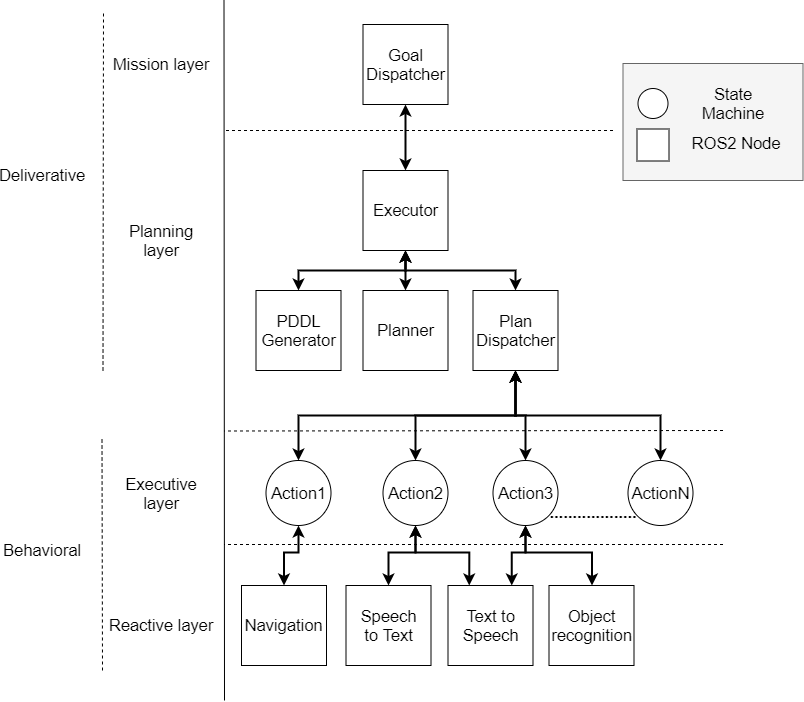
This is Arquitectura_MERLIN2.png from MERLIN2-ARCH/merlin2, a draw.io export, as it was before one commit. Source tidied: cells renumbered, new cells last; positions are measured from the earlier drawing's top-left corner, leaving out a move shared by most shapes. Source of this version:
```xml
<mxGraphModel>
  <root>
    <mxCell id="0" />
    <mxCell id="1" parent="0" />
    <mxCell id="2" style="endArrow=none;html=1;endFill=0;fontSize=16.5;" parent="1" edge="1">
      <mxGeometry relative="1" as="geometry">
        <mxPoint x="200.5" as="sourcePoint" />
        <mxPoint x="201" y="700" as="targetPoint" />
      </mxGeometry>
    </mxCell>
    <mxCell id="3" value="&lt;div style=&quot;font-size: 16.5px;&quot;&gt;&lt;font style=&quot;font-size: 16.5px;&quot;&gt;Mission layer&lt;/font&gt;&lt;/div&gt;" style="text;html=1;strokeColor=none;fillColor=none;align=center;verticalAlign=middle;whiteSpace=wrap;rounded=0;fontSize=16.5;" parent="1" vertex="1">
      <mxGeometry x="83.5" y="54" width="110" height="20" as="geometry" />
    </mxCell>
    <mxCell id="4" value="&lt;font style=&quot;font-size: 16.5px;&quot;&gt;Planning layer&lt;/font&gt;" style="text;html=1;strokeColor=none;fillColor=none;align=center;verticalAlign=middle;whiteSpace=wrap;rounded=0;fontSize=16.5;" parent="1" vertex="1">
      <mxGeometry x="93.5" y="230" width="90" height="20" as="geometry" />
    </mxCell>
    <mxCell id="5" value="&lt;font style=&quot;font-size: 16.5px;&quot;&gt;Executive layer&lt;/font&gt;" style="text;html=1;strokeColor=none;fillColor=none;align=center;verticalAlign=middle;whiteSpace=wrap;rounded=0;fontSize=16.5;" parent="1" vertex="1">
      <mxGeometry x="93.5" y="482.5" width="90" height="20" as="geometry" />
    </mxCell>
    <mxCell id="6" value="&lt;font style=&quot;font-size: 16.5px;&quot;&gt;Reactive layer&lt;/font&gt;" style="text;html=1;strokeColor=none;fillColor=none;align=center;verticalAlign=middle;whiteSpace=wrap;rounded=0;fontSize=16.5;" parent="1" vertex="1">
      <mxGeometry x="83.5" y="615" width="110" height="20" as="geometry" />
    </mxCell>
    <mxCell id="7" style="edgeStyle=orthogonalEdgeStyle;rounded=0;jettySize=auto;html=1;exitX=0.5;exitY=1;exitDx=0;exitDy=0;entryX=0.5;entryY=0;entryDx=0;entryDy=0;strokeWidth=2;startArrow=classic;startFill=1;" parent="1" edge="1" source="8" target="18">
      <mxGeometry relative="1" as="geometry">
        <Array as="points">
          <mxPoint x="275.5" y="552" />
          <mxPoint x="260.5" y="552" />
        </Array>
      </mxGeometry>
    </mxCell>
    <mxCell id="8" value="&lt;font style=&quot;font-size: 16.5px;&quot;&gt;Action1&lt;/font&gt;" style="ellipse;whiteSpace=wrap;html=1;fontSize=16.5;" parent="1" vertex="1">
      <mxGeometry x="242.5" y="460" width="65" height="65" as="geometry" />
    </mxCell>
    <mxCell id="9" style="edgeStyle=orthogonalEdgeStyle;rounded=0;jettySize=auto;html=1;exitX=0.5;exitY=1;exitDx=0;exitDy=0;entryX=0.5;entryY=0;entryDx=0;entryDy=0;strokeWidth=2;startArrow=classic;startFill=1;" parent="1" edge="1" source="10" target="20">
      <mxGeometry relative="1" as="geometry">
        <Array as="points">
          <mxPoint x="392.5" y="552" />
          <mxPoint x="365.5" y="552" />
        </Array>
      </mxGeometry>
    </mxCell>
    <mxCell id="10" value="&lt;div style=&quot;font-size: 16.5px;&quot;&gt;&lt;font style=&quot;font-size: 16.5px;&quot;&gt;Action2&lt;/font&gt;&lt;/div&gt;" style="ellipse;whiteSpace=wrap;html=1;fontSize=16.5;" parent="1" vertex="1">
      <mxGeometry x="359.5" y="460" width="65" height="65" as="geometry" />
    </mxCell>
    <mxCell id="11" style="edgeStyle=orthogonalEdgeStyle;rounded=0;jettySize=auto;html=1;exitX=0.5;exitY=1;exitDx=0;exitDy=0;strokeWidth=2;startArrow=classic;startFill=1;" parent="1" edge="1" source="13" target="21">
      <mxGeometry relative="1" as="geometry">
        <Array as="points">
          <mxPoint x="502.5" y="552" />
          <mxPoint x="568.5" y="552" />
        </Array>
      </mxGeometry>
    </mxCell>
    <mxCell id="12" style="edgeStyle=orthogonalEdgeStyle;rounded=0;jettySize=auto;html=1;exitX=0.5;exitY=1;exitDx=0;exitDy=0;entryX=0.75;entryY=0;entryDx=0;entryDy=0;strokeWidth=2;startArrow=classic;startFill=1;" parent="1" edge="1" source="13" target="19">
      <mxGeometry relative="1" as="geometry">
        <Array as="points">
          <mxPoint x="502.5" y="552" />
          <mxPoint x="488.5" y="552" />
        </Array>
      </mxGeometry>
    </mxCell>
    <mxCell id="13" value="&lt;font style=&quot;font-size: 16.5px;&quot;&gt;Action3&lt;/font&gt;" style="ellipse;whiteSpace=wrap;html=1;fontSize=16.5;" parent="1" vertex="1">
      <mxGeometry x="469.5" y="460" width="65" height="65" as="geometry" />
    </mxCell>
    <mxCell id="14" value="&lt;font style=&quot;font-size: 16.5px;&quot;&gt;ActionN&lt;/font&gt;" style="ellipse;whiteSpace=wrap;html=1;fontSize=16.5;" parent="1" vertex="1">
      <mxGeometry x="604.5" y="460" width="65" height="65" as="geometry" />
    </mxCell>
    <mxCell id="15" style="endArrow=none;dashed=1;html=1;fontSize=16.5;" parent="1" edge="1">
      <mxGeometry relative="1" as="geometry">
        <mxPoint x="699.5" y="544" as="sourcePoint" />
        <mxPoint x="200.5" y="544" as="targetPoint" />
      </mxGeometry>
    </mxCell>
    <mxCell id="16" style="endArrow=none;dashed=1;html=1;fontSize=16.5;" parent="1" edge="1">
      <mxGeometry relative="1" as="geometry">
        <mxPoint x="699.5" y="430" as="sourcePoint" />
        <mxPoint x="200.5" y="430.5" as="targetPoint" />
      </mxGeometry>
    </mxCell>
    <mxCell id="17" style="endArrow=none;dashed=1;html=1;fontSize=16.5;" parent="1" edge="1">
      <mxGeometry relative="1" as="geometry">
        <mxPoint x="589.5" y="130" as="sourcePoint" />
        <mxPoint x="199.5" y="130" as="targetPoint" />
      </mxGeometry>
    </mxCell>
    <mxCell id="18" value="&lt;div style=&quot;font-size: 16.5px;&quot;&gt;&lt;font style=&quot;font-size: 16.5px;&quot;&gt;Navigation&lt;/font&gt;&lt;/div&gt;" style="rounded=0;whiteSpace=wrap;html=1;fontSize=16.5;" parent="1" vertex="1">
      <mxGeometry x="218" y="585" width="85" height="80" as="geometry" />
    </mxCell>
    <mxCell id="19" value="&lt;span style=&quot;font-size: 16.5px&quot;&gt;Text to Speech&lt;/span&gt;&lt;span style=&quot;font-size: 16.5px&quot;&gt;&lt;br&gt;&lt;/span&gt;" style="rounded=0;whiteSpace=wrap;html=1;fontSize=16.5;" parent="1" vertex="1">
      <mxGeometry x="424.5" y="585" width="85" height="80" as="geometry" />
    </mxCell>
    <mxCell id="20" value="&lt;span style=&quot;font-size: 16.5px&quot;&gt;Speech to&amp;nbsp;&lt;/span&gt;&lt;span style=&quot;font-size: 16.5px&quot;&gt;Text&lt;/span&gt;" style="rounded=0;whiteSpace=wrap;html=1;fontSize=16.5;" parent="1" vertex="1">
      <mxGeometry x="322.5" y="585" width="85" height="80" as="geometry" />
    </mxCell>
    <mxCell id="21" value="&lt;font style=&quot;font-size: 16.5px;&quot;&gt;Object recognition&lt;/font&gt;" style="rounded=0;whiteSpace=wrap;html=1;fontSize=16.5;" parent="1" vertex="1">
      <mxGeometry x="525.5" y="585" width="85" height="80" as="geometry" />
    </mxCell>
    <mxCell id="22" value="&lt;font style=&quot;font-size: 16.5px;&quot;&gt;Deliverative&lt;/font&gt;" style="text;html=1;strokeColor=none;fillColor=none;align=center;verticalAlign=middle;whiteSpace=wrap;rounded=0;fontSize=16.5;" parent="1" vertex="1">
      <mxGeometry x="-0.5" y="165" width="40" height="20" as="geometry" />
    </mxCell>
    <mxCell id="23" style="endArrow=none;dashed=1;html=1;fontSize=16.5;" parent="1" edge="1">
      <mxGeometry relative="1" as="geometry">
        <mxPoint x="79.5" y="370" as="sourcePoint" />
        <mxPoint x="80" y="10" as="targetPoint" />
      </mxGeometry>
    </mxCell>
    <mxCell id="24" value="&lt;div style=&quot;font-size: 16.5px&quot;&gt;&lt;font style=&quot;font-size: 16.5px&quot;&gt;Behavioral&lt;/font&gt;&lt;/div&gt;" style="text;html=1;strokeColor=none;fillColor=none;align=center;verticalAlign=middle;whiteSpace=wrap;rounded=0;fontSize=16.5;" parent="1" vertex="1">
      <mxGeometry x="-0.5" y="540" width="40" height="20" as="geometry" />
    </mxCell>
    <mxCell id="25" style="endArrow=none;dashed=1;html=1;fontSize=16.5;" parent="1" edge="1">
      <mxGeometry relative="1" as="geometry">
        <mxPoint x="79" y="670" as="sourcePoint" />
        <mxPoint x="78.5" y="437" as="targetPoint" />
      </mxGeometry>
    </mxCell>
    <mxCell id="26" style="edgeStyle=orthogonalEdgeStyle;rounded=0;jettySize=auto;html=1;entryX=0.5;entryY=0;entryDx=0;entryDy=0;strokeWidth=2;startArrow=classic;startFill=1;" parent="1" edge="1" source="27" target="43">
      <mxGeometry relative="1" as="geometry" />
    </mxCell>
    <mxCell id="27" value="&lt;div style=&quot;font-size: 16.5px;&quot;&gt;&lt;font style=&quot;font-size: 16.5px;&quot;&gt;Goal Dispatcher&lt;/font&gt;&lt;/div&gt;" style="rounded=0;whiteSpace=wrap;html=1;fontSize=16.5;" parent="1" vertex="1">
      <mxGeometry x="339.5" y="24" width="85" height="80" as="geometry" />
    </mxCell>
    <mxCell id="28" style="rounded=0;whiteSpace=wrap;html=1;fillColor=#f5f5f5;strokeColor=#666666;fontColor=#333333;fontSize=16.5;" parent="1" vertex="1">
      <mxGeometry x="599.5" y="63" width="180" height="117" as="geometry" />
    </mxCell>
    <mxCell id="29" style="ellipse;whiteSpace=wrap;html=1;fontSize=16.5;" parent="1" vertex="1">
      <mxGeometry x="614.5" y="88" width="30" height="30" as="geometry" />
    </mxCell>
    <mxCell id="30" value="&lt;font style=&quot;font-size: 16.5px;&quot;&gt;State Machine&lt;/font&gt;" style="text;html=1;strokeColor=none;fillColor=none;align=center;verticalAlign=middle;whiteSpace=wrap;rounded=0;fontSize=16.5;" parent="1" vertex="1">
      <mxGeometry x="664.5" y="93" width="90" height="20" as="geometry" />
    </mxCell>
    <mxCell id="31" style="whiteSpace=wrap;html=1;fontSize=16.5;" parent="1" vertex="1">
      <mxGeometry x="613.5" y="128.5" width="32" height="32" as="geometry" />
    </mxCell>
    <mxCell id="32" value="&lt;font style=&quot;font-size: 16.5px&quot;&gt;ROS2 Node&lt;/font&gt;" style="text;html=1;strokeColor=none;fillColor=none;align=center;verticalAlign=middle;whiteSpace=wrap;rounded=0;fontSize=16.5;" parent="1" vertex="1">
      <mxGeometry x="664.5" y="133" width="95.5" height="20" as="geometry" />
    </mxCell>
    <mxCell id="33" value="&lt;font style=&quot;font-size: 16.5px&quot;&gt;&lt;b style=&quot;font-size: 16.5px&quot;&gt;...................&lt;/b&gt;&lt;/font&gt;" style="text;html=1;strokeColor=none;fillColor=none;align=center;verticalAlign=middle;whiteSpace=wrap;rounded=0;fontSize=16.5;" parent="1" vertex="1">
      <mxGeometry x="531.5" y="502" width="75.5" height="20" as="geometry" />
    </mxCell>
    <mxCell id="34" style="edgeStyle=orthogonalEdgeStyle;rounded=0;jettySize=auto;html=1;strokeWidth=2;exitX=0.5;exitY=1;exitDx=0;exitDy=0;startArrow=classic;startFill=1;" parent="1" edge="1" source="43" target="40">
      <mxGeometry relative="1" as="geometry" />
    </mxCell>
    <mxCell id="35" style="edgeStyle=orthogonalEdgeStyle;rounded=0;jettySize=auto;html=1;entryX=0.5;entryY=0;entryDx=0;entryDy=0;strokeWidth=2;exitX=0.5;exitY=1;exitDx=0;exitDy=0;startArrow=classic;startFill=1;" parent="1" edge="1" source="42" target="13">
      <mxGeometry relative="1" as="geometry" />
    </mxCell>
    <mxCell id="36" style="edgeStyle=orthogonalEdgeStyle;rounded=0;jettySize=auto;html=1;entryX=0.5;entryY=0;entryDx=0;entryDy=0;strokeWidth=2;exitX=0.5;exitY=1;exitDx=0;exitDy=0;startArrow=classic;startFill=1;" parent="1" edge="1" source="42" target="10">
      <mxGeometry relative="1" as="geometry" />
    </mxCell>
    <mxCell id="37" style="edgeStyle=orthogonalEdgeStyle;rounded=0;jettySize=auto;html=1;entryX=0.5;entryY=0;entryDx=0;entryDy=0;strokeWidth=2;exitX=0.5;exitY=1;exitDx=0;exitDy=0;startArrow=classic;startFill=1;" parent="1" edge="1" source="42" target="8">
      <mxGeometry relative="1" as="geometry" />
    </mxCell>
    <mxCell id="38" style="edgeStyle=orthogonalEdgeStyle;rounded=0;jettySize=auto;html=1;entryX=0.5;entryY=0;entryDx=0;entryDy=0;strokeWidth=2;exitX=0.5;exitY=1;exitDx=0;exitDy=0;startArrow=classic;startFill=1;" parent="1" edge="1" source="42" target="14">
      <mxGeometry relative="1" as="geometry" />
    </mxCell>
    <mxCell id="39" style="edgeStyle=orthogonalEdgeStyle;rounded=0;jettySize=auto;html=1;exitX=0.5;exitY=1;exitDx=0;exitDy=0;entryX=0.25;entryY=0;entryDx=0;entryDy=0;strokeWidth=2;startArrow=classic;startFill=1;" parent="1" edge="1" source="10" target="19">
      <mxGeometry relative="1" as="geometry">
        <Array as="points">
          <mxPoint x="392.5" y="552" />
          <mxPoint x="445.5" y="552" />
        </Array>
      </mxGeometry>
    </mxCell>
    <mxCell id="40" value="&lt;div style=&quot;font-size: 16.5px&quot;&gt;&lt;font style=&quot;font-size: 16.5px&quot;&gt;PDDL Generator&lt;/font&gt;&lt;/div&gt;" style="rounded=0;whiteSpace=wrap;html=1;fontSize=16.5;" parent="1" vertex="1">
      <mxGeometry x="232.5" y="290" width="85" height="80" as="geometry" />
    </mxCell>
    <mxCell id="41" value="&lt;div style=&quot;font-size: 16.5px&quot;&gt;&lt;font style=&quot;font-size: 16.5px&quot;&gt;Planner&lt;/font&gt;&lt;/div&gt;" style="rounded=0;whiteSpace=wrap;html=1;fontSize=16.5;" parent="1" vertex="1">
      <mxGeometry x="339.5" y="290" width="85" height="80" as="geometry" />
    </mxCell>
    <mxCell id="42" value="&lt;div style=&quot;font-size: 16.5px&quot;&gt;&lt;font style=&quot;font-size: 16.5px&quot;&gt;Plan Dispatcher&lt;/font&gt;&lt;/div&gt;" style="rounded=0;whiteSpace=wrap;html=1;fontSize=16.5;" parent="1" vertex="1">
      <mxGeometry x="449.5" y="290" width="85" height="80" as="geometry" />
    </mxCell>
    <mxCell id="43" value="&lt;div style=&quot;font-size: 16.5px&quot;&gt;&lt;font style=&quot;font-size: 16.5px&quot;&gt;Executor&lt;/font&gt;&lt;/div&gt;" style="rounded=0;whiteSpace=wrap;html=1;fontSize=16.5;" parent="1" vertex="1">
      <mxGeometry x="339.5" y="170" width="85" height="80" as="geometry" />
    </mxCell>
    <mxCell id="44" style="edgeStyle=orthogonalEdgeStyle;rounded=0;jettySize=auto;html=1;strokeWidth=2;exitX=0.5;exitY=1;exitDx=0;exitDy=0;startArrow=classic;startFill=1;entryX=0.5;entryY=0;entryDx=0;entryDy=0;" parent="1" edge="1" source="43" target="42">
      <mxGeometry relative="1" as="geometry" />
    </mxCell>
    <mxCell id="45" style="edgeStyle=orthogonalEdgeStyle;rounded=0;jettySize=auto;html=1;strokeWidth=2;exitX=0.5;exitY=1;exitDx=0;exitDy=0;startArrow=classic;startFill=1;entryX=0.5;entryY=0;entryDx=0;entryDy=0;" parent="1" edge="1" source="43" target="41">
      <mxGeometry relative="1" as="geometry" />
    </mxCell>
    <mxCell id="46" style="edgeStyle=orthogonalEdgeStyle;rounded=0;orthogonalLoop=1;jettySize=auto;html=1;exitX=0.5;exitY=1;exitDx=0;exitDy=0;" parent="1" edge="1" source="5" target="5">
      <mxGeometry relative="1" as="geometry" />
    </mxCell>
  </root>
</mxGraphModel>
```
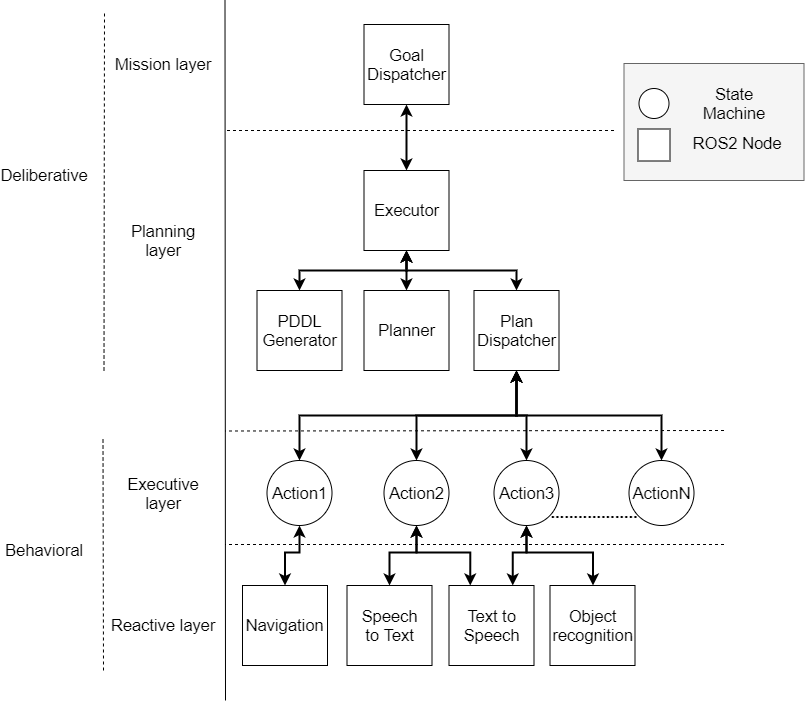
The same file after the commit.

The edit, as a diff of the source:
```diff
@@ -94,7 +94,7 @@
     <mxCell id="21" value="&lt;font style=&quot;font-size: 16.5px;&quot;&gt;Object recognition&lt;/font&gt;" style="rounded=0;whiteSpace=wrap;html=1;fontSize=16.5;" parent="1" vertex="1">
       <mxGeometry x="525.5" y="585" width="85" height="80" as="geometry" />
     </mxCell>
-    <mxCell id="22" value="&lt;font style=&quot;font-size: 16.5px;&quot;&gt;Deliverative&lt;/font&gt;" style="text;html=1;strokeColor=none;fillColor=none;align=center;verticalAlign=middle;whiteSpace=wrap;rounded=0;fontSize=16.5;" parent="1" vertex="1">
+    <mxCell id="22" value="&lt;font style=&quot;font-size: 16.5px&quot;&gt;Deliberative&lt;/font&gt;" style="text;html=1;strokeColor=none;fillColor=none;align=center;verticalAlign=middle;whiteSpace=wrap;rounded=0;fontSize=16.5;" parent="1" vertex="1">
       <mxGeometry x="-0.5" y="165" width="40" height="20" as="geometry" />
     </mxCell>
     <mxCell id="23" style="endArrow=none;dashed=1;html=1;fontSize=16.5;" parent="1" edge="1">
```
